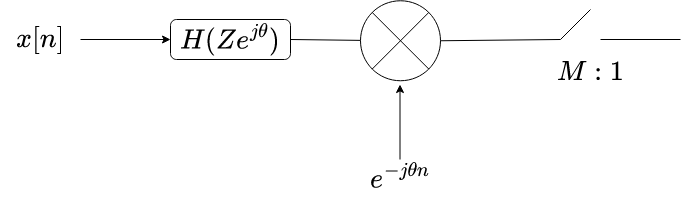
This is docs/channelizer_2.png from ucsdwcsng/rustypfb, a draw.io export, as it was before one commit. Source tidied: cells renumbered, new cells last; positions are measured from the earlier drawing's top-left corner, leaving out a move shared by most shapes. Source of this version:
```xml
<mxGraphModel math="1">
  <root>
    <mxCell id="0" />
    <mxCell id="1" parent="0" />
    <mxCell id="2" style="rounded=1;whiteSpace=wrap;html=1;" parent="1" vertex="1">
      <mxGeometry x="170" y="19" width="120" height="40" as="geometry" />
    </mxCell>
    <mxCell id="3" value="&lt;font style=&quot;font-size: 24px;&quot;&gt;$$x[n]$$&lt;/font&gt;" style="text;html=1;strokeColor=none;fillColor=none;align=center;verticalAlign=middle;whiteSpace=wrap;rounded=0;" parent="1" vertex="1">
      <mxGeometry y="21.5" width="80" height="37.5" as="geometry" />
    </mxCell>
    <mxCell id="4" style="edgeStyle=orthogonalEdgeStyle;rounded=0;orthogonalLoop=1;jettySize=auto;html=1;" parent="1" edge="1">
      <mxGeometry relative="1" as="geometry">
        <mxPoint x="399.5" y="159" as="sourcePoint" />
        <mxPoint x="399.5" y="84" as="targetPoint" />
      </mxGeometry>
    </mxCell>
    <mxCell id="5" style="edgeStyle=orthogonalEdgeStyle;rounded=0;orthogonalLoop=1;jettySize=auto;html=1;entryX=0;entryY=0.5;entryDx=0;entryDy=0;" parent="1" edge="1">
      <mxGeometry relative="1" as="geometry">
        <mxPoint x="80" y="39" as="sourcePoint" />
        <mxPoint x="170" y="39" as="targetPoint" />
      </mxGeometry>
    </mxCell>
    <mxCell id="6" value="&lt;font style=&quot;font-size: 24px;&quot;&gt;$$e^{-j\theta n}$$&lt;/font&gt;" style="text;html=1;align=center;verticalAlign=middle;strokeColor=none;fillColor=none;" parent="1" vertex="1">
      <mxGeometry x="295" y="159" width="210" height="40" as="geometry" />
    </mxCell>
    <mxCell id="7" value="&lt;font style=&quot;font-size: 24px;&quot;&gt;$$H(Z e^{j\theta})$$&lt;/font&gt;" style="text;html=1;strokeColor=none;fillColor=none;align=center;verticalAlign=middle;whiteSpace=wrap;rounded=0;" parent="1" vertex="1">
      <mxGeometry x="200" y="25.2" width="60" height="30" as="geometry" />
    </mxCell>
    <mxCell id="8" style="endArrow=none;html=1;rounded=0;entryX=1;entryY=0.5;entryDx=0;entryDy=0;" parent="1" edge="1" source="13" target="2">
      <mxGeometry relative="1" as="geometry" />
    </mxCell>
    <mxCell id="9" style="endArrow=none;html=1;rounded=0;" parent="1" edge="1">
      <mxGeometry relative="1" as="geometry">
        <mxPoint x="590" y="9" as="sourcePoint" />
        <mxPoint x="560" y="39" as="targetPoint" />
      </mxGeometry>
    </mxCell>
    <mxCell id="10" style="endArrow=none;html=1;rounded=0;" parent="1" edge="1">
      <mxGeometry relative="1" as="geometry">
        <mxPoint x="680" y="39" as="sourcePoint" />
        <mxPoint x="600" y="39" as="targetPoint" />
      </mxGeometry>
    </mxCell>
    <mxCell id="11" value="&lt;font style=&quot;font-size: 24px;&quot;&gt;$$M:1$$&lt;/font&gt;" style="text;html=1;strokeColor=none;fillColor=none;align=center;verticalAlign=middle;whiteSpace=wrap;rounded=0;" parent="1" vertex="1">
      <mxGeometry x="560" y="59" width="60" height="30" as="geometry" />
    </mxCell>
    <mxCell id="12" style="endArrow=none;html=1;rounded=0;entryX=1;entryY=0.5;entryDx=0;entryDy=0;" parent="1" edge="1" target="13">
      <mxGeometry relative="1" as="geometry">
        <mxPoint x="560" y="39" as="sourcePoint" />
      </mxGeometry>
    </mxCell>
    <mxCell id="13" style="shape=sumEllipse;perimeter=ellipsePerimeter;whiteSpace=wrap;html=1;backgroundOutline=1;" parent="1" vertex="1">
      <mxGeometry x="360" y="0.2" width="80" height="80" as="geometry" />
    </mxCell>
  </root>
</mxGraphModel>
```
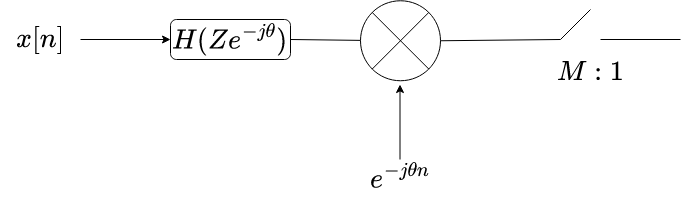
The same diagram one commit later.

Change to the diagram source:
```diff
@@ -23,7 +23,7 @@
     <mxCell id="6" value="&lt;font style=&quot;font-size: 24px;&quot;&gt;$$e^{-j\theta n}$$&lt;/font&gt;" style="text;html=1;align=center;verticalAlign=middle;strokeColor=none;fillColor=none;" parent="1" vertex="1">
       <mxGeometry x="295" y="159" width="210" height="40" as="geometry" />
     </mxCell>
-    <mxCell id="7" value="&lt;font style=&quot;font-size: 24px;&quot;&gt;$$H(Z e^{j\theta})$$&lt;/font&gt;" style="text;html=1;strokeColor=none;fillColor=none;align=center;verticalAlign=middle;whiteSpace=wrap;rounded=0;" parent="1" vertex="1">
+    <mxCell id="7" value="&lt;font style=&quot;font-size: 24px;&quot;&gt;$$H(Z e^{-j\theta})$$&lt;/font&gt;" style="text;html=1;strokeColor=none;fillColor=none;align=center;verticalAlign=middle;whiteSpace=wrap;rounded=0;" parent="1" vertex="1">
       <mxGeometry x="200" y="25.2" width="60" height="30" as="geometry" />
     </mxCell>
     <mxCell id="8" style="endArrow=none;html=1;rounded=0;entryX=1;entryY=0.5;entryDx=0;entryDy=0;" parent="1" edge="1" source="13" target="2">
```
